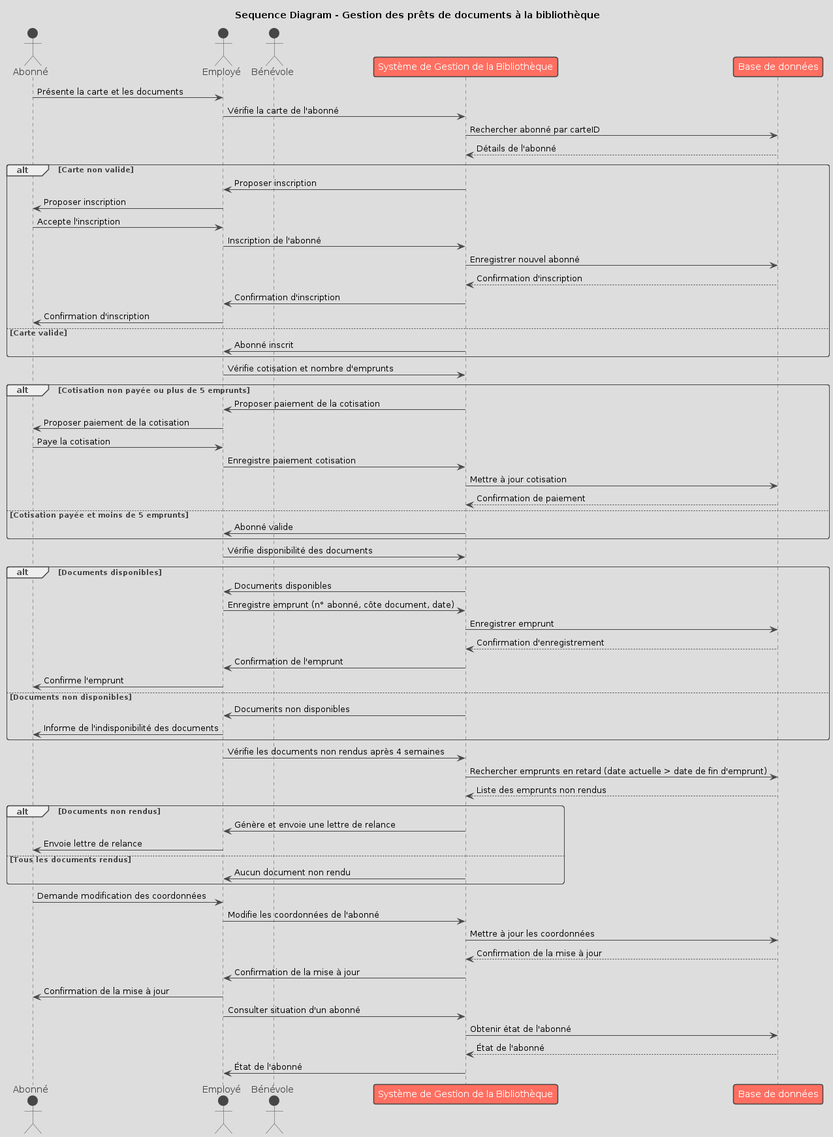
clemence95/CDA24178 keeps this PlantUML diagram as asset/diagramme_sequence.png. Above is the earlier version.
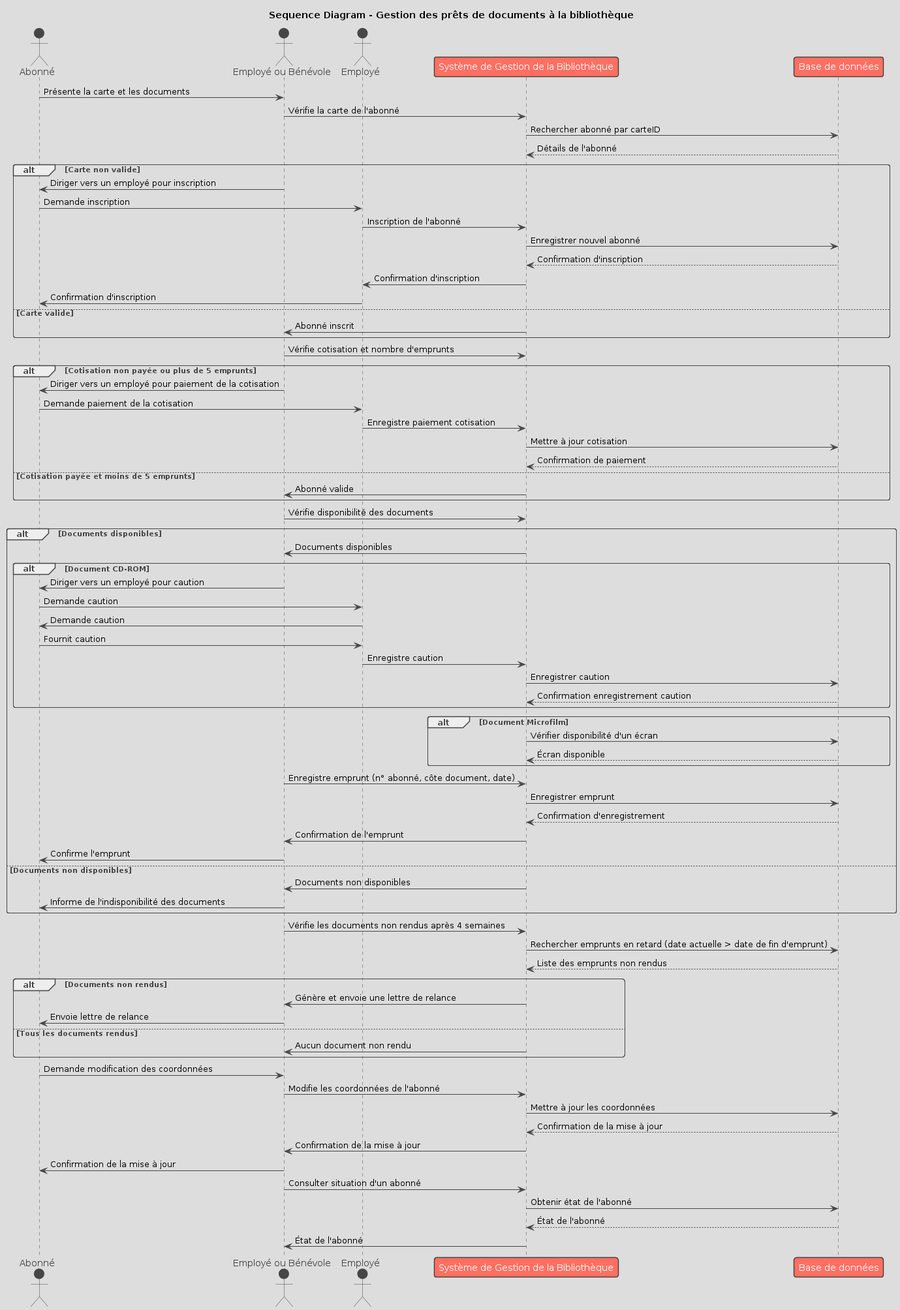
After the commit.

The edit, as a diff of the source:
```diff
@@ -3,73 +3,87 @@
 title Sequence Diagram - Gestion des prêts de documents à la bibliothèque
 
 actor Abonné
+actor "Employé ou Bénévole" as EB
 actor Employé
-actor Bénévole
 participant "Système de Gestion de la Bibliothèque" as SGB
 participant "Base de données" as DB
 
-Abonné -> Employé: Présente la carte et les documents
-Employé -> SGB: Vérifie la carte de l'abonné
+Abonné -> EB: Présente la carte et les documents
+EB -> SGB: Vérifie la carte de l'abonné
 SGB -> DB: Rechercher abonné par carteID
 DB --> SGB: Détails de l'abonné
 
 alt Carte non valide
-    SGB -> Employé: Proposer inscription
-    Employé -> Abonné: Proposer inscription
-    Abonné -> Employé: Accepte l'inscription
+    EB -> Abonné: Diriger vers un employé pour inscription
+    Abonné -> Employé: Demande inscription
     Employé -> SGB: Inscription de l'abonné
     SGB -> DB: Enregistrer nouvel abonné
     DB --> SGB: Confirmation d'inscription
     SGB -> Employé: Confirmation d'inscription
     Employé -> Abonné: Confirmation d'inscription
 else Carte valide
-    SGB -> Employé: Abonné inscrit
+    SGB -> EB: Abonné inscrit
 end
 
-Employé -> SGB: Vérifie cotisation et nombre d'emprunts
+EB -> SGB: Vérifie cotisation et nombre d'emprunts
 alt Cotisation non payée ou plus de 5 emprunts
-    SGB -> Employé: Proposer paiement de la cotisation
-    Employé -> Abonné: Proposer paiement de la cotisation
-    Abonné -> Employé: Paye la cotisation
+    EB -> Abonné: Diriger vers un employé pour paiement de la cotisation
+    Abonné -> Employé: Demande paiement de la cotisation
     Employé -> SGB: Enregistre paiement cotisation
     SGB -> DB: Mettre à jour cotisation
     DB --> SGB: Confirmation de paiement
 else Cotisation payée et moins de 5 emprunts
-    SGB -> Employé: Abonné valide
+    SGB -> EB: Abonné valide
 end
 
-Employé -> SGB: Vérifie disponibilité des documents
+EB -> SGB: Vérifie disponibilité des documents
 alt Documents disponibles
-    SGB -> Employé: Documents disponibles
-    Employé -> SGB: Enregistre emprunt (n° abonné, côte document, date)
+    SGB -> EB: Documents disponibles
+
+    alt Document CD-ROM
+        EB -> Abonné: Diriger vers un employé pour caution
+        Abonné -> Employé: Demande caution
+        Employé -> Abonné: Demande caution
+        Abonné -> Employé: Fournit caution
+        Employé -> SGB: Enregistre caution
+        SGB -> DB: Enregistrer caution
+        DB --> SGB: Confirmation enregistrement caution
+    end
+
+    alt Document Microfilm
+        SGB -> DB: Vérifier disponibilité d'un écran
+        DB --> SGB: Écran disponible
+    end
+
+    EB -> SGB: Enregistre emprunt (n° abonné, côte document, date)
     SGB -> DB: Enregistrer emprunt
     DB --> SGB: Confirmation d'enregistrement
-    SGB -> Employé: Confirmation de l'emprunt
-    Employé -> Abonné: Confirme l'emprunt
+    SGB -> EB: Confirmation de l'emprunt
+    EB -> Abonné: Confirme l'emprunt
 else Documents non disponibles
-    SGB -> Employé: Documents non disponibles
-    Employé -> Abonné: Informe de l'indisponibilité des documents
+    SGB -> EB: Documents non disponibles
+    EB -> Abonné: Informe de l'indisponibilité des documents
 end
 
-Employé -> SGB: Vérifie les documents non rendus après 4 semaines
+EB -> SGB: Vérifie les documents non rendus après 4 semaines
 SGB -> DB: Rechercher emprunts en retard (date actuelle > date de fin d'emprunt)
 DB --> SGB: Liste des emprunts non rendus
 alt Documents non rendus
-    SGB -> Employé: Génère et envoie une lettre de relance
-    Employé -> Abonné: Envoie lettre de relance
+    SGB -> EB: Génère et envoie une lettre de relance
+    EB -> Abonné: Envoie lettre de relance
 else Tous les documents rendus
-    SGB -> Employé: Aucun document non rendu
+    SGB -> EB: Aucun document non rendu
 end
 
-Abonné -> Employé: Demande modification des coordonnées
-Employé -> SGB: Modifie les coordonnées de l'abonné
+Abonné -> EB: Demande modification des coordonnées
+EB -> SGB: Modifie les coordonnées de l'abonné
 SGB -> DB: Mettre à jour les coordonnées
 DB --> SGB: Confirmation de la mise à jour
-SGB -> Employé: Confirmation de la mise à jour
-Employé -> Abonné: Confirmation de la mise à jour
+SGB -> EB: Confirmation de la mise à jour
+EB -> Abonné: Confirmation de la mise à jour
 
-Employé -> SGB: Consulter situation d'un abonné
+EB -> SGB: Consulter situation d'un abonné
 SGB -> DB: Obtenir état de l'abonné
 DB --> SGB: État de l'abonné
-SGB -> Employé: État de l'abonné
+SGB -> EB: État de l'abonné
 @enduml
```
